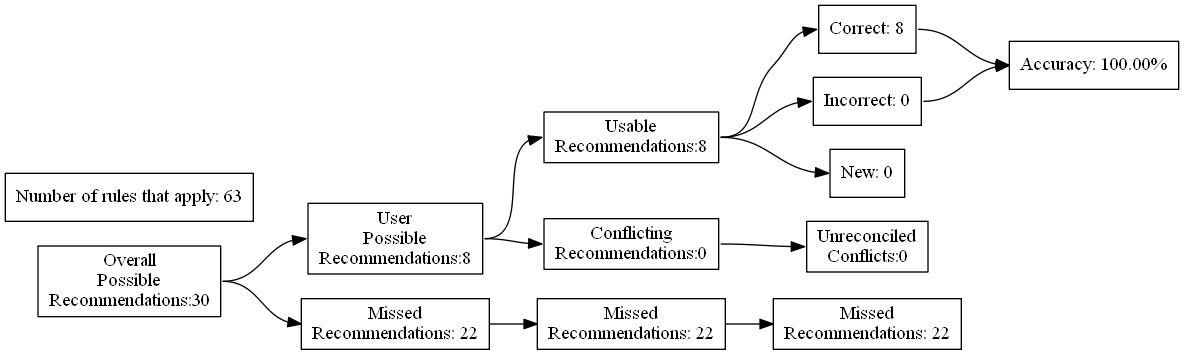
Earlier version of the Graphviz export test_renders/35.gv.png (ZaxR/ibd_diet_analysis). Its source is kept beside it as test_renders/35.gv.
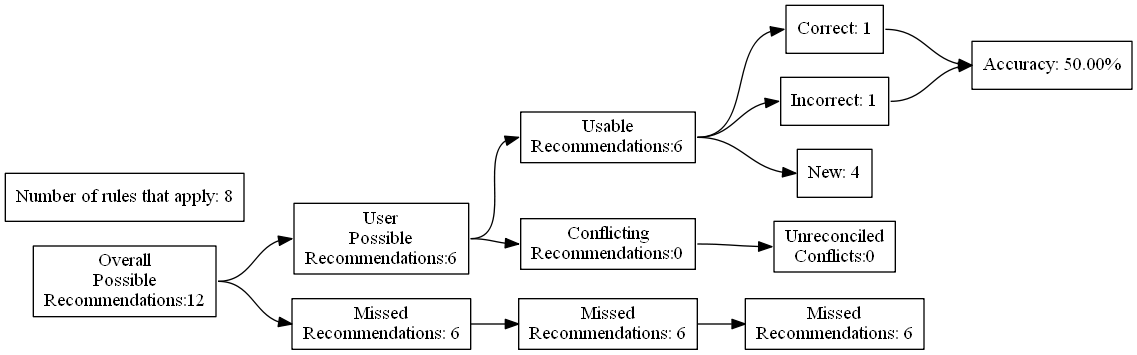
After the change.

The edit, as a diff of the source:
```diff
@@ -4,27 +4,27 @@
 	edge [headport=w tailport=e]
 		A [label="Overall
 Possible
-Recommendations:30"]
+Recommendations:12"]
 		B [label="User
 Possible
-Recommendations:8"]
+Recommendations:6"]
 		C [label="Missed
-Recommendations: 22"]
+Recommendations: 6"]
 		D [label="Usable
-Recommendations:8"]
+Recommendations:6"]
 		E [label="Conflicting
 Recommendations:0"]
 		J [label="Missed
-Recommendations: 22"]
+Recommendations: 6"]
 		M [label="Unreconciled
 Conflicts:0"]
-		F [label="Correct: 8"]
-		G [label="Incorrect: 0"]
-		H [label="New: 0"]
+		F [label="Correct: 1"]
+		G [label="Incorrect: 1"]
+		H [label="New: 4"]
 		K [label="Missed
-Recommendations: 22"]
-		I [label="Accuracy: 100.00%"]
-		l [label="Number of rules that apply: 63"]
+Recommendations: 6"]
+		I [label="Accuracy: 50.00%"]
+		l [label="Number of rules that apply: 8"]
 			A -> B
 			A -> C
 			B -> D
```
